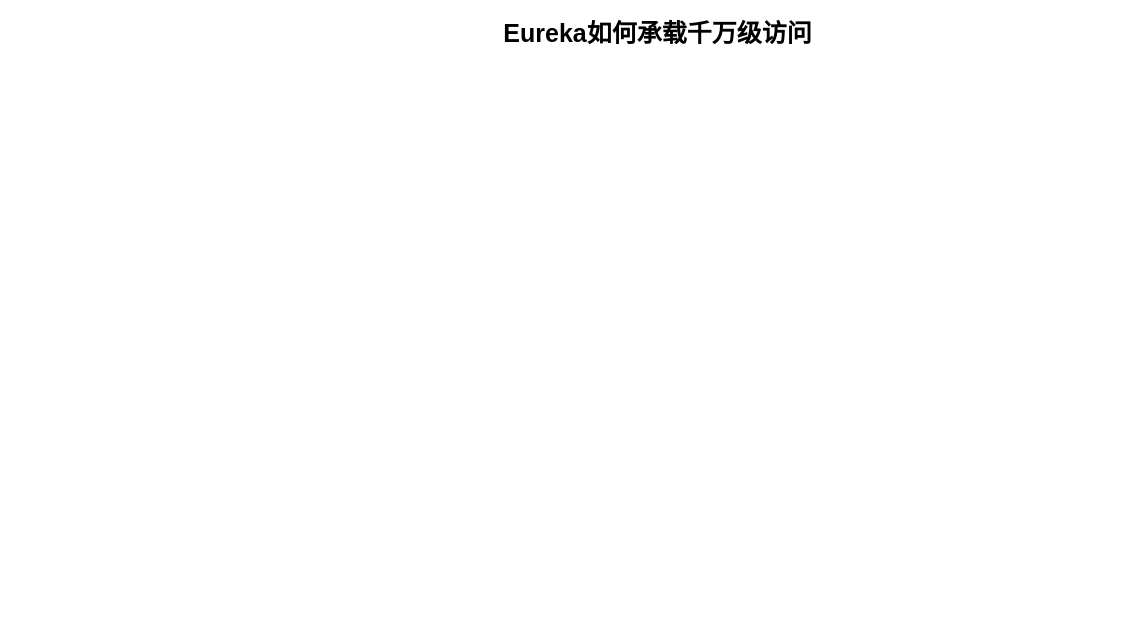
This is page "Eureka如何承载千万级访问" (2 of 2) of CI/CI/moeed.drawio from liudongdong0909/draw, a draw.io file, before an edit. Source tidied: cells renumbered, new cells numbered last; positions are measured from the earlier drawing's top-left corner, leaving out a move shared by most shapes. Both pictures are drawn from the tidied source at 100%, with x=0, y=0 at pixel (497, 17).
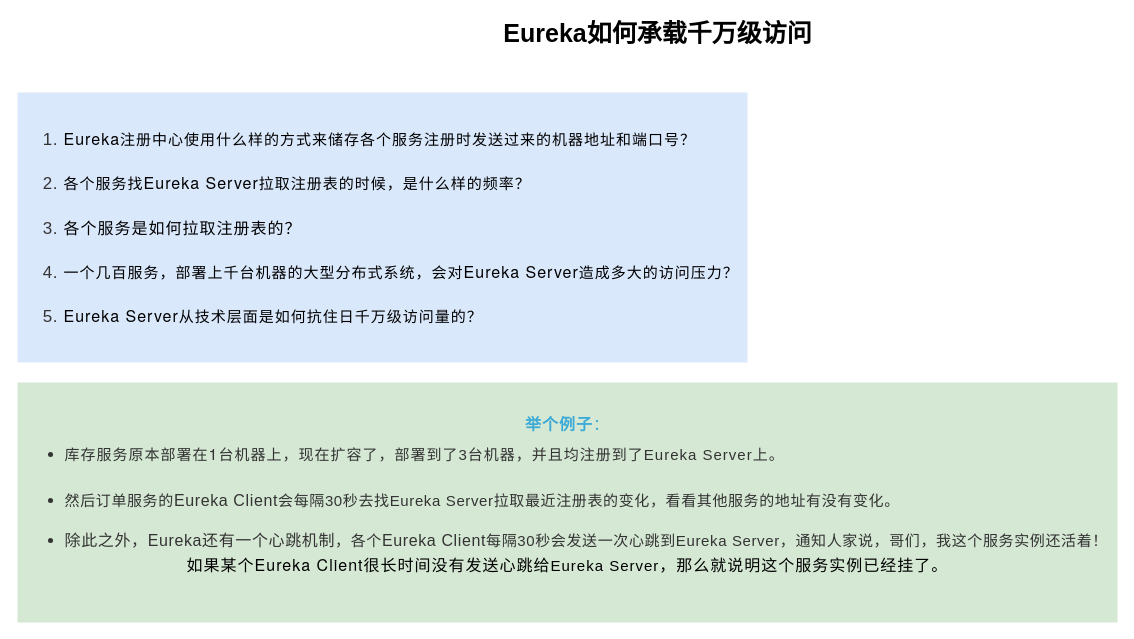
The same page after the edit.

The edit, as a diff of the source:
```diff
@@
 <mxGraphModel>
   <root>
     <mxCell id="0" />
     <mxCell id="1" parent="0" />
     <mxCell id="2" value="&lt;span style=&quot;font-size: 25px&quot;&gt;&lt;b&gt;Eureka如何承载千万级访问&lt;/b&gt;&lt;/span&gt;" style="text;html=1;align=center;verticalAlign=middle;fontSize=16;" parent="1" vertex="1">
       <mxGeometry width="320" height="30" as="geometry" />
     </mxCell>
+    <mxCell id="3" value="&lt;ol class=&quot;list-paddingleft-2&quot; style=&quot;margin: 0px ; padding: 0px 0px 0px 2.2em ; max-width: 100% ; color: rgb(51 , 51 , 51) ; font-family: , &amp;#34;blinkmacsystemfont&amp;#34; , &amp;#34;helvetica neue&amp;#34; , &amp;#34;pingfang sc&amp;#34; , &amp;#34;hiragino sans gb&amp;#34; , &amp;#34;microsoft yahei ui&amp;#34; , &amp;#34;microsoft yahei&amp;#34; , &amp;#34;arial&amp;#34; , sans-serif ; font-size: 17px ; letter-spacing: 0.621714px ; text-align: justify ; box-sizing: border-box ; overflow-wrap: break-word&quot;&gt;&lt;li style=&quot;margin: 0px ; padding: 0px ; max-width: 100% ; box-sizing: border-box ; word-wrap: break-word&quot;&gt;&lt;p style=&quot;margin: 0px ; padding: 0px ; max-width: 100% ; clear: both ; min-height: 1em ; color: rgb(0 , 0 , 0) ; font-family: &amp;#34;helvetica neue&amp;#34; , &amp;#34;helvetica&amp;#34; , &amp;#34;hiragino sans gb&amp;#34; , &amp;#34;microsoft yahei&amp;#34; , &amp;#34;arial&amp;#34; , sans-serif ; font-size: medium ; vertical-align: baseline ; letter-spacing: 1px ; line-height: 1.5em ; box-sizing: border-box ; overflow-wrap: break-word&quot;&gt;&lt;span style=&quot;margin: 0px ; padding: 0px ; max-width: 100% ; box-sizing: border-box ; word-wrap: break-word ; font-size: 16px&quot;&gt;Eureka&lt;/span&gt;&lt;span style=&quot;margin: 0px ; padding: 0px ; max-width: 100% ; box-sizing: border-box ; word-wrap: break-word ; font-size: 15px&quot;&gt;注册中心使用什么样的方式来储存各个服务注册时发送过来的机器地址和端口号？&lt;/span&gt;&lt;/p&gt;&lt;p style=&quot;margin: 0px ; padding: 0px ; max-width: 100% ; box-sizing: border-box ; word-wrap: break-word ; clear: both ; min-height: 1em&quot;&gt;&lt;br style=&quot;margin: 0px ; padding: 0px ; max-width: 100% ; box-sizing: border-box ; word-wrap: break-word&quot;&gt;&lt;/p&gt;&lt;/li&gt;&lt;li style=&quot;margin: 0px ; padding: 0px ; max-width: 100% ; box-sizing: border-box ; word-wrap: break-word&quot;&gt;&lt;p style=&quot;margin: 0px ; padding: 0px ; max-width: 100% ; clear: both ; min-height: 1em ; color: rgb(0 , 0 , 0) ; font-family: &amp;#34;helvetica neue&amp;#34; , &amp;#34;helvetica&amp;#34; , &amp;#34;hiragino sans gb&amp;#34; , &amp;#34;microsoft yahei&amp;#34; , &amp;#34;arial&amp;#34; , sans-serif ; font-size: medium ; vertical-align: baseline ; letter-spacing: 1px ; line-height: 1.5em ; box-sizing: border-box ; overflow-wrap: break-word&quot;&gt;&lt;span style=&quot;margin: 0px ; padding: 0px ; max-width: 100% ; box-sizing: border-box ; word-wrap: break-word ; font-size: 15px&quot;&gt;各个服务找&lt;/span&gt;&lt;span style=&quot;margin: 0px ; padding: 0px ; max-width: 100% ; box-sizing: border-box ; word-wrap: break-word ; font-size: 16px&quot;&gt;Eureka Server&lt;/span&gt;&lt;span style=&quot;margin: 0px ; padding: 0px ; max-width: 100% ; box-sizing: border-box ; word-wrap: break-word ; font-size: 15px&quot;&gt;拉取注册表的时候，是什么样的频率？&lt;/span&gt;&lt;/p&gt;&lt;p style=&quot;margin: 0px ; padding: 0px ; max-width: 100% ; box-sizing: border-box ; word-wrap: break-word ; clear: both ; min-height: 1em&quot;&gt;&lt;br style=&quot;margin: 0px ; padding: 0px ; max-width: 100% ; box-sizing: border-box ; word-wrap: break-word&quot;&gt;&lt;/p&gt;&lt;/li&gt;&lt;li style=&quot;margin: 0px ; padding: 0px ; max-width: 100% ; box-sizing: border-box ; word-wrap: break-word&quot;&gt;&lt;p style=&quot;margin: 0px ; padding: 0px ; max-width: 100% ; clear: both ; min-height: 1em ; color: rgb(0 , 0 , 0) ; font-family: &amp;#34;helvetica neue&amp;#34; , &amp;#34;helvetica&amp;#34; , &amp;#34;hiragino sans gb&amp;#34; , &amp;#34;microsoft yahei&amp;#34; , &amp;#34;arial&amp;#34; , sans-serif ; font-size: medium ; vertical-align: baseline ; letter-spacing: 1px ; line-height: 1.5em ; box-sizing: border-box ; overflow-wrap: break-word&quot;&gt;&lt;span style=&quot;margin: 0px ; padding: 0px ; max-width: 100% ; box-sizing: border-box ; word-wrap: break-word ; font-size: 16px&quot;&gt;各个服务是如何拉取注册表的？&lt;/span&gt;&lt;/p&gt;&lt;p style=&quot;margin: 0px ; padding: 0px ; max-width: 100% ; box-sizing: border-box ; word-wrap: break-word ; clear: both ; min-height: 1em&quot;&gt;&lt;br style=&quot;margin: 0px ; padding: 0px ; max-width: 100% ; box-sizing: border-box ; word-wrap: break-word&quot;&gt;&lt;/p&gt;&lt;/li&gt;&lt;li style=&quot;margin: 0px ; padding: 0px ; max-width: 100% ; box-sizing: border-box ; word-wrap: break-word&quot;&gt;&lt;p style=&quot;margin: 0px ; padding: 0px ; max-width: 100% ; clear: both ; min-height: 1em ; color: rgb(0 , 0 , 0) ; font-family: &amp;#34;helvetica neue&amp;#34; , &amp;#34;helvetica&amp;#34; , &amp;#34;hiragino sans gb&amp;#34; , &amp;#34;microsoft yahei&amp;#34; , &amp;#34;arial&amp;#34; , sans-serif ; font-size: medium ; vertical-align: baseline ; letter-spacing: 1px ; line-height: 1.5em ; box-sizing: border-box ; overflow-wrap: break-word&quot;&gt;&lt;span style=&quot;margin: 0px ; padding: 0px ; max-width: 100% ; box-sizing: border-box ; word-wrap: break-word ; font-size: 15px&quot;&gt;一个几百服务，部署上千台机器的大型分布式系统，会对&lt;/span&gt;&lt;span style=&quot;margin: 0px ; padding: 0px ; max-width: 100% ; box-sizing: border-box ; word-wrap: break-word ; font-size: 16px&quot;&gt;Eureka Server&lt;/span&gt;&lt;span style=&quot;margin: 0px ; padding: 0px ; max-width: 100% ; box-sizing: border-box ; word-wrap: break-word ; font-size: 15px&quot;&gt;造成多大的访问压力？&lt;/span&gt;&lt;/p&gt;&lt;p style=&quot;margin: 0px ; padding: 0px ; max-width: 100% ; box-sizing: border-box ; word-wrap: break-word ; clear: both ; min-height: 1em&quot;&gt;&lt;br style=&quot;margin: 0px ; padding: 0px ; max-width: 100% ; box-sizing: border-box ; word-wrap: break-word&quot;&gt;&lt;/p&gt;&lt;/li&gt;&lt;li style=&quot;margin: 0px ; padding: 0px ; max-width: 100% ; box-sizing: border-box ; word-wrap: break-word&quot;&gt;&lt;p style=&quot;margin: 0px ; padding: 0px ; max-width: 100% ; clear: both ; min-height: 1em ; color: rgb(0 , 0 , 0) ; font-family: &amp;#34;helvetica neue&amp;#34; , &amp;#34;helvetica&amp;#34; , &amp;#34;hiragino sans gb&amp;#34; , &amp;#34;microsoft yahei&amp;#34; , &amp;#34;arial&amp;#34; , sans-serif ; font-size: medium ; vertical-align: baseline ; letter-spacing: 1px ; line-height: 1.5em ; box-sizing: border-box ; overflow-wrap: break-word&quot;&gt;&lt;span style=&quot;margin: 0px ; padding: 0px ; max-width: 100% ; box-sizing: border-box ; word-wrap: break-word ; font-size: 16px&quot;&gt;Eureka Server&lt;/span&gt;&lt;span style=&quot;margin: 0px ; padding: 0px ; max-width: 100% ; box-sizing: border-box ; word-wrap: break-word ; font-size: 15px&quot;&gt;从技术层面是如何抗住日千万级访问量的？&lt;/span&gt;&lt;/p&gt;&lt;/li&gt;&lt;/ol&gt;" style="text;html=1;align=center;verticalAlign=middle;fontSize=26;fillColor=#dae8fc;" parent="1" vertex="1">
+      <mxGeometry x="-480" y="75" width="730" height="270" as="geometry" />
+    </mxCell>
+    <mxCell id="4" value="&lt;p style=&quot;margin: 0px ; padding: 0px ; max-width: 100% ; clear: both ; min-height: 1em ; font-family: &amp;#34;helvetica neue&amp;#34; , &amp;#34;helvetica&amp;#34; , &amp;#34;hiragino sans gb&amp;#34; , &amp;#34;microsoft yahei&amp;#34; , &amp;#34;arial&amp;#34; , sans-serif ; font-size: medium ; vertical-align: baseline ; letter-spacing: 1px ; line-height: 220% ; box-sizing: border-box ; overflow-wrap: break-word&quot;&gt;&lt;span style=&quot;margin: 0px ; padding: 0px ; max-width: 100% ; box-sizing: border-box ; word-wrap: break-word ; font-size: 16px ; color: rgb(61 , 170 , 214)&quot;&gt;&lt;strong style=&quot;margin: 0px ; padding: 0px ; max-width: 100% ; box-sizing: border-box ; word-wrap: break-word&quot;&gt;&lt;span style=&quot;margin: 0px ; padding: 0px ; max-width: 100% ; box-sizing: border-box ; overflow-wrap: break-word&quot;&gt;举个例子&lt;/span&gt;&lt;/strong&gt;&lt;/span&gt;&lt;span style=&quot;margin: 0px ; padding: 0px ; max-width: 100% ; box-sizing: border-box ; word-wrap: break-word ; font-size: 16px ; color: rgb(61 , 170 , 214)&quot;&gt;：&lt;/span&gt;&lt;/p&gt;&lt;ul class=&quot;list-paddingleft-2&quot; style=&quot;margin: 0px ; padding: 0px 0px 0px 2.2em ; max-width: 100% ; color: rgb(51 , 51 , 51) ; font-family: , &amp;#34;blinkmacsystemfont&amp;#34; , &amp;#34;helvetica neue&amp;#34; , &amp;#34;pingfang sc&amp;#34; , &amp;#34;hiragino sans gb&amp;#34; , &amp;#34;microsoft yahei ui&amp;#34; , &amp;#34;microsoft yahei&amp;#34; , &amp;#34;arial&amp;#34; , sans-serif ; font-size: 17px ; letter-spacing: 0.621714px ; text-align: justify ; box-sizing: border-box ; overflow-wrap: break-word&quot;&gt;&lt;li&gt;&lt;p style=&quot;text-align: justify ; margin: 0px ; padding: 0px ; max-width: 100% ; clear: both ; min-height: 1em ; font-family: &amp;#34;helvetica neue&amp;#34; , &amp;#34;helvetica&amp;#34; , &amp;#34;hiragino sans gb&amp;#34; , &amp;#34;microsoft yahei&amp;#34; , &amp;#34;arial&amp;#34; , sans-serif ; font-size: medium ; vertical-align: baseline ; letter-spacing: 1px ; line-height: 1.5em ; box-sizing: border-box ; overflow-wrap: break-word ; display: inline&quot;&gt;&lt;span style=&quot;margin: 0px ; padding: 0px ; max-width: 100% ; box-sizing: border-box ; word-wrap: break-word ; font-size: 15px&quot;&gt;库存服务原本部署在&lt;/span&gt;&lt;span style=&quot;margin: 0px ; padding: 0px ; max-width: 100% ; box-sizing: border-box ; word-wrap: break-word ; font-size: 16px&quot;&gt;1&lt;/span&gt;&lt;span style=&quot;margin: 0px ; padding: 0px ; max-width: 100% ; box-sizing: border-box ; word-wrap: break-word ; font-size: 15px&quot;&gt;台机器上，现在扩容了，部署到了&lt;/span&gt;&lt;span style=&quot;margin: 0px ; padding: 0px ; max-width: 100% ; box-sizing: border-box ; word-wrap: break-word ; font-size: 15px ; font-family: &amp;#34;calibri&amp;#34;&quot;&gt;3&lt;/span&gt;&lt;span style=&quot;margin: 0px ; padding: 0px ; max-width: 100% ; box-sizing: border-box ; word-wrap: break-word ; font-size: 15px&quot;&gt;台机器，并且均注册到了&lt;/span&gt;&lt;span style=&quot;margin: 0px ; padding: 0px ; max-width: 100% ; box-sizing: border-box ; word-wrap: break-word ; font-size: 15px ; font-family: &amp;#34;calibri&amp;#34;&quot;&gt;Eureka Server&lt;/span&gt;&lt;span style=&quot;margin: 0px ; padding: 0px ; max-width: 100% ; box-sizing: border-box ; word-wrap: break-word ; font-size: 15px&quot;&gt;上。&lt;br&gt;&lt;br&gt;&lt;/span&gt;&lt;/p&gt;&lt;/li&gt;&lt;li&gt;&lt;span style=&quot;margin: 0px ; padding: 0px ; max-width: 100% ; box-sizing: border-box ; overflow-wrap: break-word ; font-size: 15px&quot;&gt;然后订单服务的&lt;/span&gt;&lt;span style=&quot;font-size: 16px ; margin: 0px ; padding: 0px ; max-width: 100% ; box-sizing: border-box ; overflow-wrap: break-word&quot;&gt;Eureka Client&lt;/span&gt;&lt;span style=&quot;margin: 0px ; padding: 0px ; max-width: 100% ; box-sizing: border-box ; overflow-wrap: break-word ; font-size: 15px&quot;&gt;会每隔&lt;/span&gt;&lt;span style=&quot;margin: 0px ; padding: 0px ; max-width: 100% ; box-sizing: border-box ; overflow-wrap: break-word ; font-size: 15px ; font-family: &amp;#34;calibri&amp;#34;&quot;&gt;30&lt;/span&gt;&lt;span style=&quot;margin: 0px ; padding: 0px ; max-width: 100% ; box-sizing: border-box ; overflow-wrap: break-word ; font-size: 15px&quot;&gt;秒去找&lt;/span&gt;&lt;span style=&quot;margin: 0px ; padding: 0px ; max-width: 100% ; box-sizing: border-box ; overflow-wrap: break-word ; font-size: 15px ; font-family: &amp;#34;calibri&amp;#34;&quot;&gt;Eureka Server&lt;/span&gt;&lt;span style=&quot;margin: 0px ; padding: 0px ; max-width: 100% ; box-sizing: border-box ; overflow-wrap: break-word ; font-size: 15px&quot;&gt;拉取最近注册表的变化，看看其他服务的地址有没有变化。&lt;br&gt;&lt;br&gt;&lt;/span&gt;&lt;/li&gt;&lt;li&gt;&lt;span style=&quot;font-size: 16px ; margin: 0px ; padding: 0px ; max-width: 100% ; box-sizing: border-box ; overflow-wrap: break-word&quot;&gt;除此之外，&lt;/span&gt;&lt;span style=&quot;font-size: 16px ; margin: 0px ; padding: 0px ; max-width: 100% ; box-sizing: border-box ; overflow-wrap: break-word&quot;&gt;Eureka还有一个心跳机制&lt;span style=&quot;margin: 0px ; padding: 0px ; max-width: 100% ; font-size: 15px ; box-sizing: border-box ; overflow-wrap: break-word&quot;&gt;，各个&lt;/span&gt;Eureka Client&lt;span style=&quot;margin: 0px ; padding: 0px ; max-width: 100% ; font-size: 15px ; box-sizing: border-box ; overflow-wrap: break-word&quot;&gt;每隔&lt;/span&gt;&lt;span style=&quot;margin: 0px ; padding: 0px ; max-width: 100% ; box-sizing: border-box ; word-wrap: break-word ; font-size: 15px ; font-family: &amp;#34;calibri&amp;#34;&quot;&gt;30&lt;/span&gt;&lt;span style=&quot;margin: 0px ; padding: 0px ; max-width: 100% ; font-size: 15px ; box-sizing: border-box ; overflow-wrap: break-word&quot;&gt;秒会发送一次心跳到&lt;/span&gt;&lt;span style=&quot;margin: 0px ; padding: 0px ; max-width: 100% ; box-sizing: border-box ; word-wrap: break-word ; font-size: 15px ; font-family: &amp;#34;calibri&amp;#34;&quot;&gt;Eureka Server&lt;/span&gt;&lt;span style=&quot;margin: 0px ; padding: 0px ; max-width: 100% ; font-size: 15px ; box-sizing: border-box ; overflow-wrap: break-word&quot;&gt;，通知人家说，哥们，我这个服务实例还活着！&lt;/span&gt;&lt;/span&gt;&lt;/li&gt;&lt;/ul&gt;&lt;p style=&quot;margin: 0px ; padding: 0px ; max-width: 100% ; clear: both ; min-height: 1em ; font-family: &amp;#34;helvetica neue&amp;#34; , &amp;#34;helvetica&amp;#34; , &amp;#34;hiragino sans gb&amp;#34; , &amp;#34;microsoft yahei&amp;#34; , &amp;#34;arial&amp;#34; , sans-serif ; font-size: medium ; vertical-align: baseline ; letter-spacing: 1px ; line-height: normal ; box-sizing: border-box ; overflow-wrap: break-word&quot;&gt;&lt;span style=&quot;font-size: 16px&quot;&gt;如果某个Eureka Client很长时间没有发送心跳给&lt;/span&gt;&lt;span style=&quot;margin: 0px ; padding: 0px ; max-width: 100% ; box-sizing: border-box ; overflow-wrap: break-word ; font-size: 15px ; font-family: &amp;#34;calibri&amp;#34;&quot;&gt;Eureka Server&lt;/span&gt;&lt;span style=&quot;font-size: 16px&quot;&gt;，那么就说明这个服务实例已经挂了。&lt;br&gt;&lt;/span&gt;&lt;br&gt;&lt;/p&gt;" style="text;html=1;align=center;verticalAlign=middle;fontSize=26;fillColor=#d5e8d4;" parent="1" vertex="1">
+      <mxGeometry x="-480" y="365" width="1100" height="240" as="geometry" />
+    </mxCell>
   </root>
 </mxGraphModel>
```
